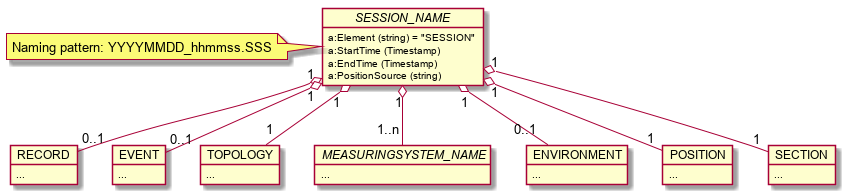
Earlier version of the PlantUML export images/generated/rcmdx_session_group.png (OpenRailAssociation/rcm-dx). Source of this version:
```plantuml
@startuml rcmdx_session_group

  object "//SESSION_NAME//" as session_name {
    a:Element (string) = "SESSION"
    a:StartTime (Timestamp)
    a:EndTime (Timestamp)
    a:PositionSource (string)
  }
  note left: Naming pattern: YYYYMMDD_hhmmss.SSS

  object RECORD {
    ...
  }
  session_name "1" o-- "0..1" RECORD

  object EVENT {
    ...
  }
  session_name "1" o-- "0..1" EVENT

  object TOPOLOGY {
    ...
  }
  session_name "1" o-- "1" TOPOLOGY

  object "//MEASURINGSYSTEM_NAME//" as MEASURINGSYSTEM {
    ...
  }
  session_name "1" o-- "1..n" MEASURINGSYSTEM

  object ENVIRONMENT {
    ...
  }
  session_name "1" o-- "0..1" ENVIRONMENT

  object POSITION {
    ...
  }
  session_name "1" o-- "1" POSITION

  object SECTION {
    ...
  }
  session_name "1" o-- "1" SECTION
@enduml
```
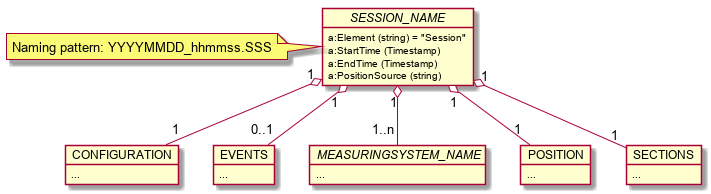
Later version of the same file.

The edit, as a diff of the source:
```diff
@@ -1,45 +1,35 @@
 @startuml rcmdx_session_group
 
   object "//SESSION_NAME//" as session_name {
-    a:Element (string) = "SESSION"
+    a:Element (string) = "Session"
     a:StartTime (Timestamp)
     a:EndTime (Timestamp)
     a:PositionSource (string)
   }
   note left: Naming pattern: YYYYMMDD_hhmmss.SSS
 
-  object RECORD {
+  object "CONFIGURATION" as session_config {
     ...
   }
-  session_name "1" o-- "0..1" RECORD
+  session_name "1" o-- "1" session_config
 
-  object EVENT {
+  object EVENTS {
     ...
   }
-  session_name "1" o-- "0..1" EVENT
-
-  object TOPOLOGY {
-    ...
-  }
-  session_name "1" o-- "1" TOPOLOGY
+  session_name "1" o-- "0..1" EVENTS
 
   object "//MEASURINGSYSTEM_NAME//" as MEASURINGSYSTEM {
     ...
   }
   session_name "1" o-- "1..n" MEASURINGSYSTEM
 
-  object ENVIRONMENT {
-    ...
-  }
-  session_name "1" o-- "0..1" ENVIRONMENT
-
   object POSITION {
     ...
   }
   session_name "1" o-- "1" POSITION
 
-  object SECTION {
+  object SECTIONS {
     ...
   }
-  session_name "1" o-- "1" SECTION
+  session_name "1" o-- "1" SECTIONS
 @enduml
```
